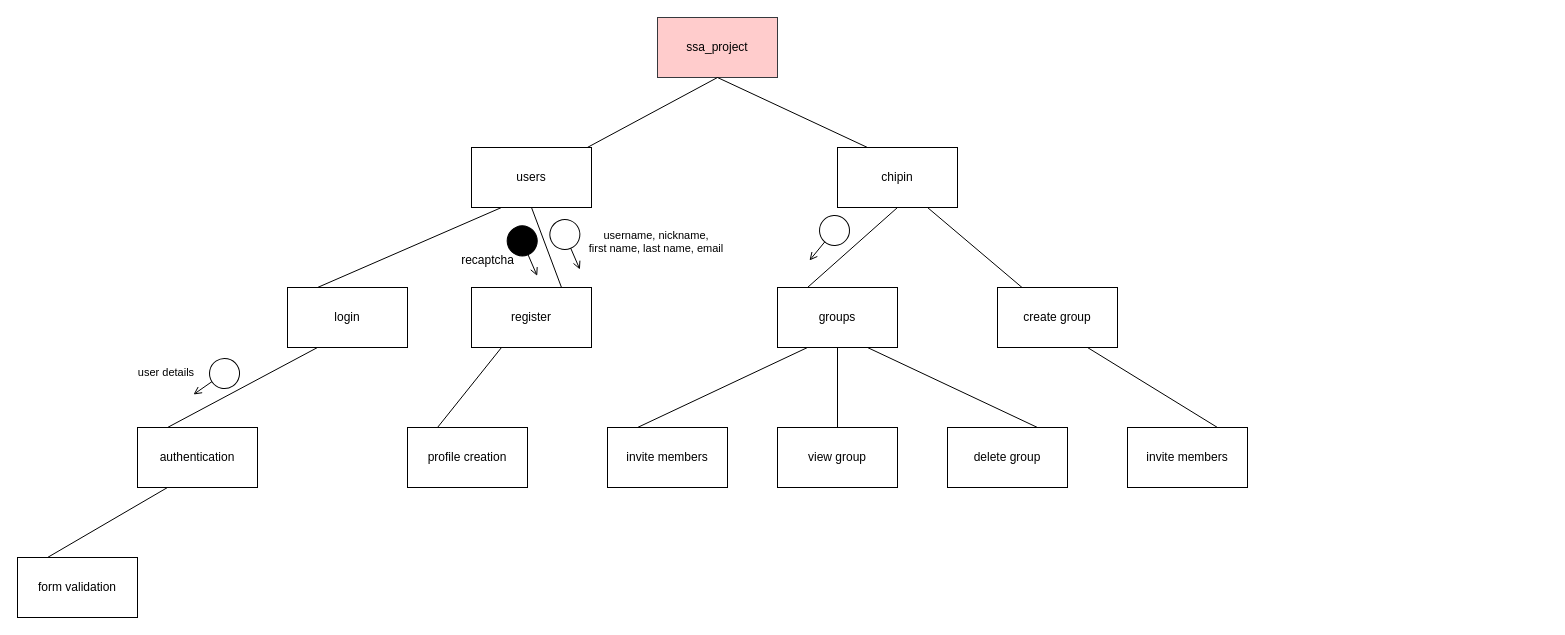
Before: structure chart.drawio in p4rsl3yyy/ssa_project, a draw.io diagram. Source tidied: cells renumbered, new cells numbered last; positions are measured from the earlier drawing's top-left corner, leaving out a move shared by most shapes. Both pictures are drawn from the tidied source at 100%, with x=0, y=0 at pixel (17, 17).
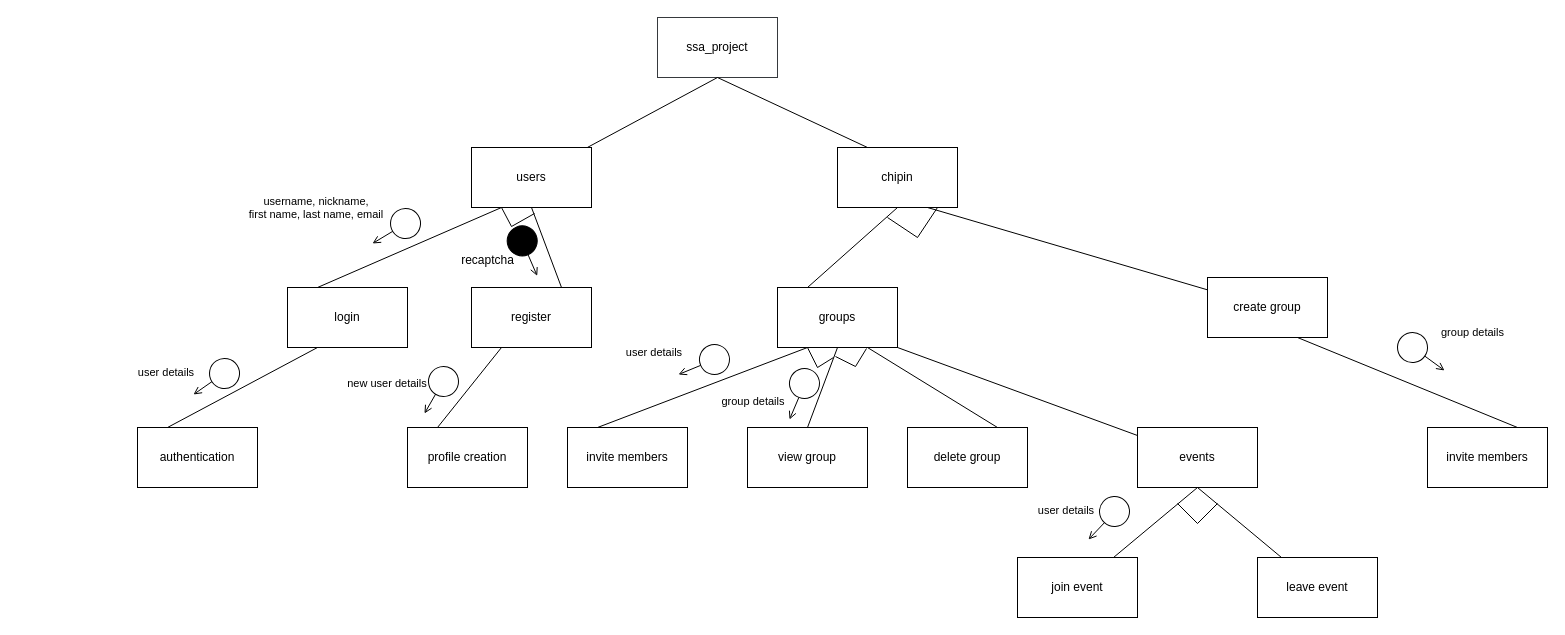
Above is the later version.

Unchanged cells that the change refers to:
```xml
<mxCell id="5" value="users" style="rounded=0;whiteSpace=wrap;html=1;" parent="1" vertex="1">
  <mxGeometry x="454" y="130" width="120" height="60" as="geometry" />
</mxCell>
<mxCell id="17" value="groups" style="rounded=0;whiteSpace=wrap;html=1;" parent="1" vertex="1">
  <mxGeometry x="760" y="270" width="120" height="60" as="geometry" />
</mxCell>
<mxCell id="21" value="authentication" style="rounded=0;whiteSpace=wrap;html=1;" parent="1" vertex="1">
  <mxGeometry x="120" y="410" width="120" height="60" as="geometry" />
</mxCell>
```

The edit, as a diff of the source:
```diff
@@
-    <mxCell id="2" value="ssa_project" style="rounded=0;whiteSpace=wrap;html=1;fillColor=#ffcccc;strokeColor=#36393d;" parent="1" vertex="1">
+    <mxCell id="2" value="ssa_project" style="rounded=0;whiteSpace=wrap;html=1;fillColor=none;strokeColor=#36393d;" parent="1" vertex="1">
       <mxGeometry x="640" width="120" height="60" as="geometry" />
     </mxCell>
@@
+    <mxCell id="44" style="rounded=0;jettySize=auto;html=1;exitX=1;exitY=1;exitDx=0;exitDy=0;endArrow=none;endFill=0;" parent="1" edge="1" source="17" target="49">
+      <mxGeometry relative="1" as="geometry" />
+    </mxCell>
@@
     <mxCell id="19" value="create group" style="rounded=0;whiteSpace=wrap;html=1;" parent="1" vertex="1">
-      <mxGeometry x="980" y="270" width="120" height="60" as="geometry" />
+      <mxGeometry x="1190" y="260" width="120" height="60" as="geometry" />
     </mxCell>
-    <mxCell id="20" style="rounded=0;jettySize=auto;html=1;exitX=0.25;exitY=1;exitDx=0;exitDy=0;entryX=0.25;entryY=0;entryDx=0;entryDy=0;endArrow=none;endFill=0;" parent="1" edge="1" source="21" target="43">
-      <mxGeometry relative="1" as="geometry" />
-    </mxCell>
@@
     <mxCell id="22" value="invite members" style="rounded=0;whiteSpace=wrap;html=1;" parent="1" vertex="1">
-      <mxGeometry x="590" y="410" width="120" height="60" as="geometry" />
+      <mxGeometry x="550" y="410" width="120" height="60" as="geometry" />
     </mxCell>
     <mxCell id="23" value="delete group" style="rounded=0;whiteSpace=wrap;html=1;" parent="1" vertex="1">
-      <mxGeometry x="930" y="410" width="120" height="60" as="geometry" />
+      <mxGeometry x="890" y="410" width="120" height="60" as="geometry" />
     </mxCell>
     <mxCell id="24" value="view group" style="rounded=0;whiteSpace=wrap;html=1;" parent="1" vertex="1">
-      <mxGeometry x="760" y="410" width="120" height="60" as="geometry" />
+      <mxGeometry x="730" y="410" width="120" height="60" as="geometry" />
     </mxCell>
     <mxCell id="25" value="invite members" style="rounded=0;whiteSpace=wrap;html=1;" parent="1" vertex="1">
-      <mxGeometry x="1110" y="410" width="120" height="60" as="geometry" />
+      <mxGeometry x="1410" y="410" width="120" height="60" as="geometry" />
     </mxCell>
@@
-    <mxCell id="28" style="group;" parent="1" vertex="1">
-      <mxGeometry x="527.7" y="197.3" width="39.3" height="54.7" as="geometry" />
+    <mxCell id="28" style="group;rotation=80;" parent="1" vertex="1">
+      <mxGeometry x="360" y="180" width="39.3" height="54.7" as="geometry" />
     </mxCell>
-    <mxCell id="29" style="ellipse;html=1;rotation=67;" parent="28" vertex="1">
-      <mxGeometry x="4.7" y="4.7" width="30" height="30" as="geometry" />
+    <mxCell id="29" style="ellipse;html=1;rotation=147;" parent="28" vertex="1">
+      <mxGeometry x="13" y="11" width="30" height="30" as="geometry" />
     </mxCell>
     <mxCell id="30" style="endArrow=open;html=1;rounded=0;align=center;verticalAlign=top;endFill=0;labelBackgroundColor=none;endSize=6;" parent="28" edge="1" source="29">
       <mxGeometry relative="1" as="geometry">
-        <mxPoint x="34.7" y="54.7" as="targetPoint" />
+        <mxPoint x="-5" y="46" as="targetPoint" />
       </mxGeometry>
     </mxCell>
@@
-    <mxCell id="34" style="group;rotation=65;" parent="1" vertex="1">
-      <mxGeometry x="790" y="190" width="39.3" height="54.7" as="geometry" />
-    </mxCell>
-    <mxCell id="35" style="ellipse;html=1;rotation=132;" parent="34" vertex="1">
-      <mxGeometry x="12" y="8" width="30" height="30" as="geometry" />
-    </mxCell>
-    <mxCell id="36" style="endArrow=open;html=1;rounded=0;align=center;verticalAlign=top;endFill=0;labelBackgroundColor=none;endSize=6;" parent="34" edge="1" source="35">
-      <mxGeometry relative="1" as="geometry">
-        <mxPoint x="2" y="53" as="targetPoint" />
-      </mxGeometry>
-    </mxCell>
@@
     <mxCell id="41" value="&lt;font style=&quot;font-size: 11px;&quot;&gt;username, nickname,&amp;nbsp;&lt;/font&gt;&lt;div style=&quot;font-size: 11px;&quot;&gt;&lt;font style=&quot;font-size: 11px;&quot;&gt;&lt;font style=&quot;font-size: 11px;&quot;&gt;first name, last name, email&lt;/font&gt;&lt;font style=&quot;font-size: 11px;&quot;&gt;&amp;nbsp;&lt;/font&gt;&lt;/font&gt;&lt;/div&gt;" style="text;html=1;align=center;verticalAlign=middle;strokeColor=none;fillColor=none;" parent="1" vertex="1">
-      <mxGeometry x="560" y="203.7" width="160" height="40" as="geometry" />
+      <mxGeometry x="220" y="170" width="160" height="40" as="geometry" />
     </mxCell>
@@
-    <mxCell id="43" value="form validation" style="rounded=0;whiteSpace=wrap;html=1;" parent="1" vertex="1">
-      <mxGeometry y="540" width="120" height="60" as="geometry" />
-    </mxCell>
+    <mxCell id="45" style="endArrow=none;html=1;rounded=0;" parent="1" edge="1">
+      <mxGeometry relative="1" as="geometry">
+        <mxPoint x="790" y="330" as="sourcePoint" />
+        <mxPoint x="816" y="340" as="targetPoint" />
+        <Array as="points">
+          <mxPoint x="800" y="350" />
+        </Array>
+      </mxGeometry>
+    </mxCell>
+    <mxCell id="46" style="endArrow=none;html=1;rounded=0;" parent="1" edge="1">
+      <mxGeometry relative="1" as="geometry">
+        <mxPoint x="818" y="339" as="sourcePoint" />
+        <mxPoint x="849" y="331" as="targetPoint" />
+        <Array as="points">
+          <mxPoint x="838" y="349" />
+        </Array>
+      </mxGeometry>
+    </mxCell>
+    <mxCell id="47" style="rounded=0;jettySize=auto;html=1;exitX=0.5;exitY=1;exitDx=0;exitDy=0;endArrow=none;endFill=0;" parent="1" edge="1" source="49" target="51">
+      <mxGeometry relative="1" as="geometry" />
+    </mxCell>
+    <mxCell id="48" style="rounded=0;jettySize=auto;html=1;exitX=0.5;exitY=1;exitDx=0;exitDy=0;endArrow=none;endFill=0;" parent="1" edge="1" source="49" target="52">
+      <mxGeometry relative="1" as="geometry" />
+    </mxCell>
+    <mxCell id="49" value="events" style="rounded=0;whiteSpace=wrap;html=1;" parent="1" vertex="1">
+      <mxGeometry x="1120" y="410" width="120" height="60" as="geometry" />
+    </mxCell>
+    <mxCell id="50" style="endArrow=none;html=1;rounded=0;" parent="1" edge="1">
+      <mxGeometry relative="1" as="geometry">
+        <mxPoint x="870" y="200" as="sourcePoint" />
+        <mxPoint x="920" y="190" as="targetPoint" />
+        <Array as="points">
+          <mxPoint x="900" y="220" />
+        </Array>
+      </mxGeometry>
+    </mxCell>
+    <mxCell id="51" value="join event" style="rounded=0;whiteSpace=wrap;html=1;" parent="1" vertex="1">
+      <mxGeometry x="1000" y="540" width="120" height="60" as="geometry" />
+    </mxCell>
+    <mxCell id="52" value="leave event" style="rounded=0;whiteSpace=wrap;html=1;" parent="1" vertex="1">
+      <mxGeometry x="1240" y="540" width="120" height="60" as="geometry" />
+    </mxCell>
+    <mxCell id="53" style="group;rotation=155;" parent="1" vertex="1">
+      <mxGeometry x="1070" y="470" width="39.3" height="54.7" as="geometry" />
+    </mxCell>
+    <mxCell id="54" style="ellipse;html=1;rotation=132;" parent="53" vertex="1">
+      <mxGeometry x="12" y="9" width="30" height="30" as="geometry" />
+    </mxCell>
+    <mxCell id="55" style="endArrow=open;html=1;rounded=0;align=center;verticalAlign=top;endFill=0;labelBackgroundColor=none;endSize=6;" parent="53" edge="1" source="54">
+      <mxGeometry relative="1" as="geometry">
+        <mxPoint x="1" y="52" as="targetPoint" />
+      </mxGeometry>
+    </mxCell>
+    <mxCell id="56" value="&lt;font style=&quot;font-size: 11px;&quot;&gt;user details&lt;/font&gt;&lt;span style=&quot;font-size: 11px; background-color: initial;&quot;&gt;&amp;nbsp;&lt;/span&gt;" style="text;html=1;align=center;verticalAlign=middle;strokeColor=none;fillColor=none;" parent="1" vertex="1">
+      <mxGeometry x="1010" y="478" width="80" height="30" as="geometry" />
+    </mxCell>
+    <mxCell id="57" style="group;rotation=58;" parent="1" vertex="1">
+      <mxGeometry x="1380" y="310" width="39.3" height="54.7" as="geometry" />
+    </mxCell>
+    <mxCell id="58" style="ellipse;html=1;rotation=35;" parent="57" vertex="1">
+      <mxGeometry y="5" width="30" height="30" as="geometry" />
+    </mxCell>
+    <mxCell id="59" style="endArrow=open;html=1;rounded=0;align=center;verticalAlign=top;endFill=0;labelBackgroundColor=none;endSize=6;" parent="57" edge="1" source="58">
+      <mxGeometry relative="1" as="geometry">
+        <mxPoint x="47" y="43" as="targetPoint" />
+      </mxGeometry>
+    </mxCell>
+    <mxCell id="60" value="&lt;span style=&quot;font-size: 11px;&quot;&gt;group details&lt;/span&gt;" style="text;html=1;align=center;verticalAlign=middle;strokeColor=none;fillColor=none;" parent="1" vertex="1">
+      <mxGeometry x="1410" y="300" width="90" height="30" as="geometry" />
+    </mxCell>
+    <mxCell id="61" style="group;rotation=135;" parent="1" vertex="1">
+      <mxGeometry x="761" y="345" width="39.3" height="54.7" as="geometry" />
+    </mxCell>
+    <mxCell id="62" style="ellipse;html=1;rotation=112;" parent="61" vertex="1">
+      <mxGeometry x="11" y="6" width="30" height="30" as="geometry" />
+    </mxCell>
+    <mxCell id="63" style="endArrow=open;html=1;rounded=0;align=center;verticalAlign=top;endFill=0;labelBackgroundColor=none;endSize=6;" parent="61" edge="1" source="62">
+      <mxGeometry relative="1" as="geometry">
+        <mxPoint x="11" y="57" as="targetPoint" />
+      </mxGeometry>
+    </mxCell>
+    <mxCell id="64" value="&lt;font style=&quot;font-size: 11px;&quot;&gt;group details&lt;/font&gt;&lt;span style=&quot;font-size: 11px; background-color: initial;&quot;&gt;&amp;nbsp;&lt;/span&gt;" style="text;html=1;align=center;verticalAlign=middle;strokeColor=none;fillColor=none;" parent="1" vertex="1">
+      <mxGeometry x="695" y="371" width="84" height="26" as="geometry" />
+    </mxCell>
+    <mxCell id="65" style="endArrow=none;html=1;rounded=0;" parent="1" edge="1">
+      <mxGeometry relative="1" as="geometry">
+        <mxPoint x="1160" y="486" as="sourcePoint" />
+        <mxPoint x="1200" y="486" as="targetPoint" />
+        <Array as="points">
+          <mxPoint x="1180" y="506" />
+        </Array>
+      </mxGeometry>
+    </mxCell>
+    <mxCell id="66" style="endArrow=none;html=1;rounded=0;exitX=0.25;exitY=1;exitDx=0;exitDy=0;" parent="1" edge="1" source="5">
+      <mxGeometry relative="1" as="geometry">
+        <mxPoint x="517" y="196" as="targetPoint" />
+        <Array as="points">
+          <mxPoint x="494" y="209" />
+        </Array>
+      </mxGeometry>
+    </mxCell>
+    <mxCell id="67" style="group;rotation=55;" parent="1" vertex="1">
+      <mxGeometry x="400" y="341" width="39.3" height="54.7" as="geometry" />
+    </mxCell>
+    <mxCell id="68" style="ellipse;html=1;rotation=122;" parent="67" vertex="1">
+      <mxGeometry x="11" y="8" width="30" height="30" as="geometry" />
+    </mxCell>
+    <mxCell id="69" style="endArrow=open;html=1;rounded=0;align=center;verticalAlign=top;endFill=0;labelBackgroundColor=none;endSize=6;" parent="67" edge="1" source="68">
+      <mxGeometry relative="1" as="geometry">
+        <mxPoint x="7" y="55" as="targetPoint" />
+      </mxGeometry>
+    </mxCell>
+    <mxCell id="70" value="&lt;font style=&quot;font-size: 11px;&quot;&gt;new user details&lt;/font&gt;&lt;span style=&quot;font-size: 11px; background-color: initial;&quot;&gt;&amp;nbsp;&lt;/span&gt;" style="text;html=1;align=center;verticalAlign=middle;strokeColor=none;fillColor=none;" parent="1" vertex="1">
+      <mxGeometry x="320" y="353" width="101" height="26" as="geometry" />
+    </mxCell>
+    <mxCell id="71" style="group;rotation=-180;" parent="1" vertex="1">
+      <mxGeometry x="668" y="315" width="39.3" height="54.7" as="geometry" />
+    </mxCell>
+    <mxCell id="72" style="ellipse;html=1;rotation=-203;" parent="71" vertex="1">
+      <mxGeometry x="14" y="12" width="30" height="30" as="geometry" />
+    </mxCell>
+    <mxCell id="73" style="endArrow=open;html=1;rounded=0;align=center;verticalAlign=top;endFill=0;labelBackgroundColor=none;endSize=6;" parent="71" edge="1" source="72">
+      <mxGeometry relative="1" as="geometry">
+        <mxPoint x="-7" y="42" as="targetPoint" />
+      </mxGeometry>
+    </mxCell>
+    <mxCell id="74" value="&lt;font style=&quot;font-size: 11px;&quot;&gt;user details&lt;/font&gt;&lt;span style=&quot;font-size: 11px; background-color: initial;&quot;&gt;&amp;nbsp;&lt;/span&gt;" style="text;html=1;align=center;verticalAlign=middle;strokeColor=none;fillColor=none;" parent="1" vertex="1">
+      <mxGeometry x="599" y="322" width="77" height="26" as="geometry" />
+    </mxCell>
```
